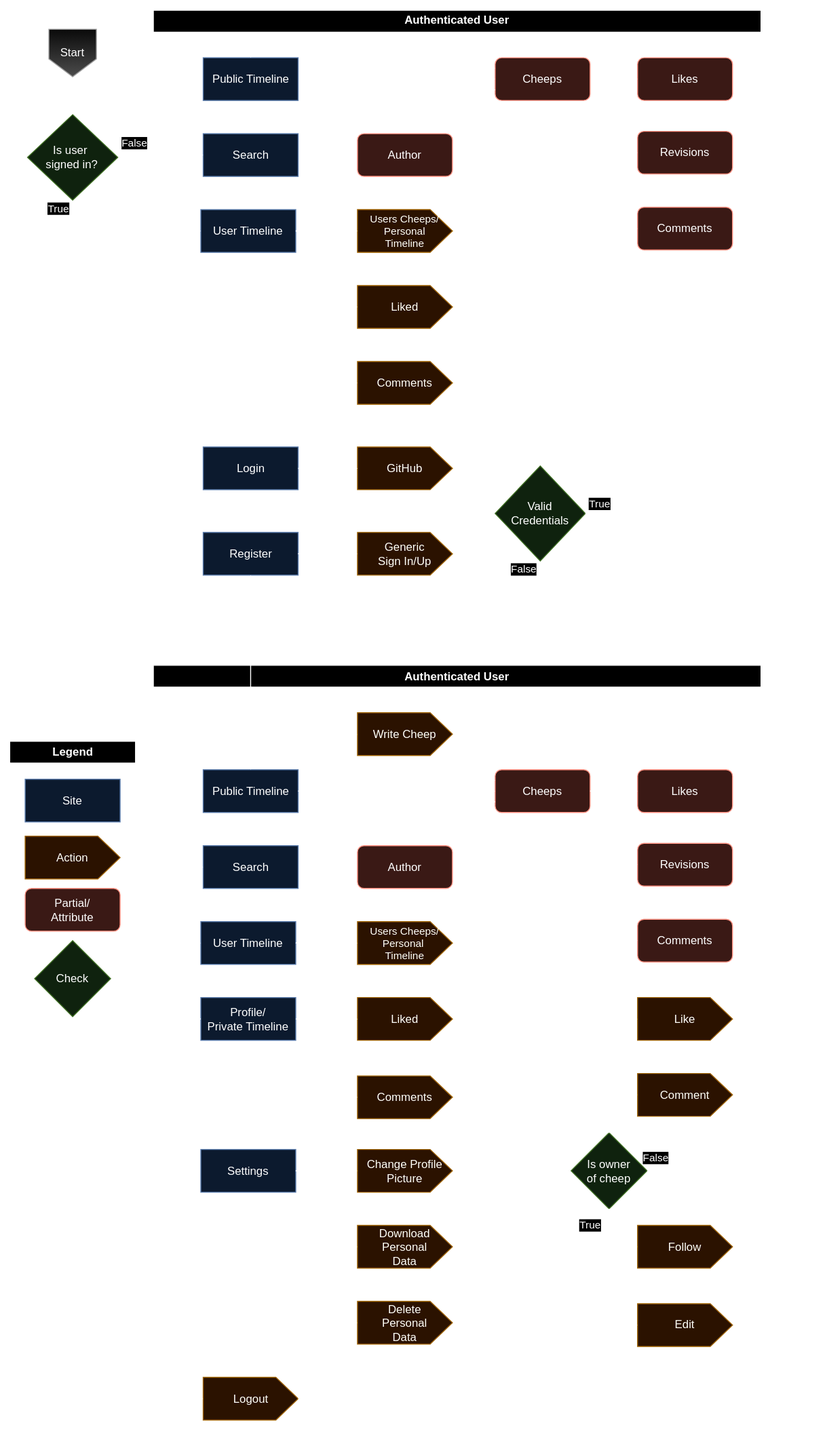
Above: docs/images/UserActivityDiagram.svg in ITU-BDSA2024-GROUP17/Chirp (draw.io), before the change. Source tidied: cells renumbered, new cells last; positions are measured from the earlier drawing's top-left corner, leaving out a move shared by most shapes.
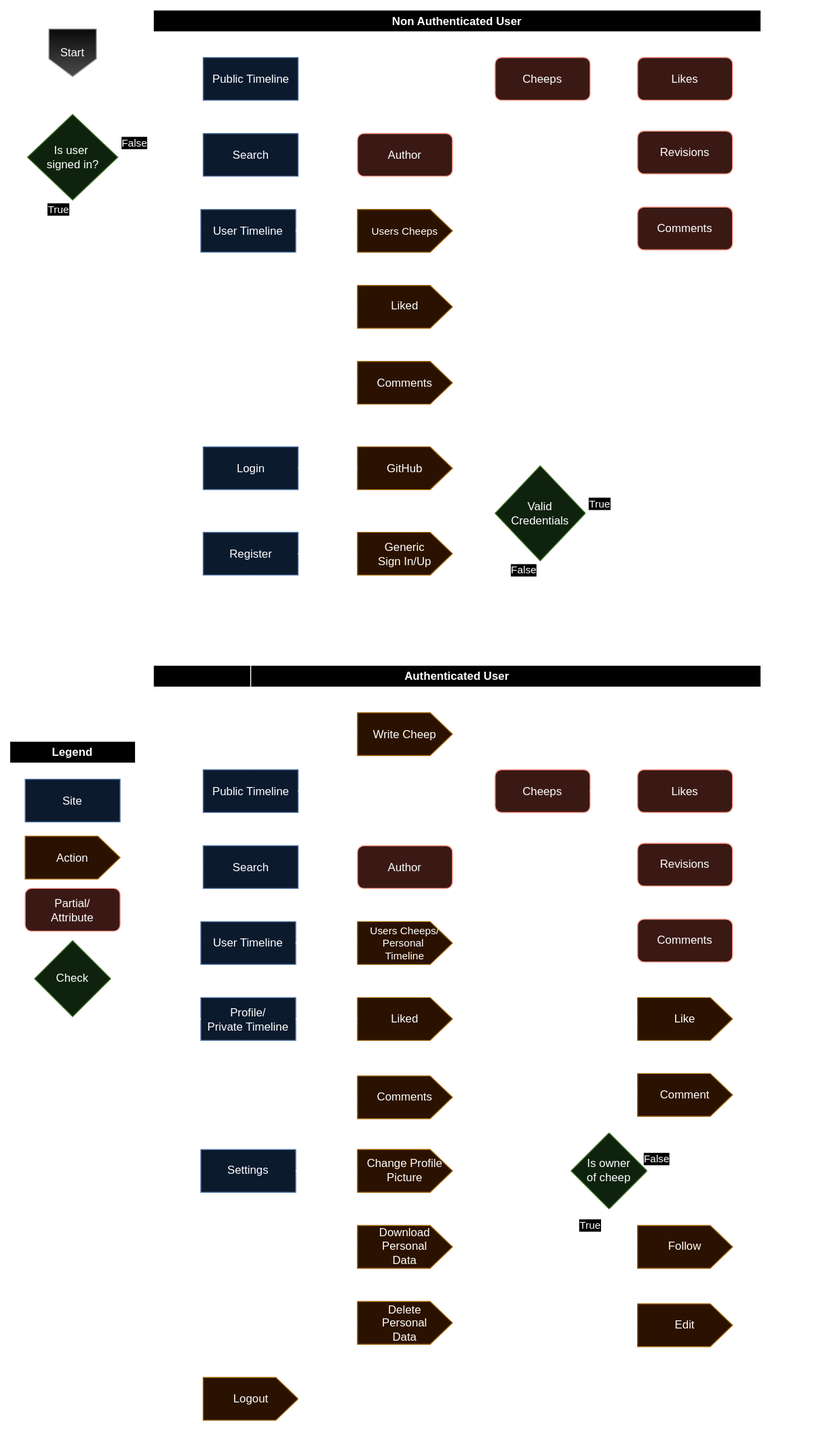
The same diagram one commit later.

Commit message:
updated wrongful diagram

Change to the diagram source:
```diff
@@ -261,7 +261,15 @@
         </Array>
       </mxGeometry>
     </mxCell>
+    <mxCell id="108" style="edgeStyle=orthogonalEdgeStyle;rounded=0;jettySize=auto;html=1;entryX=-0.007;entryY=0.779;entryDx=0;entryDy=0;entryPerimeter=0;" parent="7" edge="1" source="20" target="34">
+      <mxGeometry relative="1" as="geometry">
+        <Array as="points">
+          <mxPoint x="170" y="373" />
+          <mxPoint x="170" y="85" />
+        </Array>
+      </mxGeometry>
+    </mxCell>
-    <mxCell id="60" value="Authenticated User" style="swimlane;whiteSpace=wrap;html=1;" parent="1" vertex="1">
+    <mxCell id="60" value="Non Authenticated User" style="swimlane;whiteSpace=wrap;html=1;" parent="1" vertex="1">
       <mxGeometry x="151" width="640" height="620" as="geometry" />
     </mxCell>
     <mxCell id="61" value="Revisions" style="rounded=1;whiteSpace=wrap;html=1;fillColor=#fad9d5;strokeColor=#ae4132;" parent="60" vertex="1">
@@ -442,7 +450,7 @@
     <mxCell id="96" value="Liked" style="shape=singleArrow;whiteSpace=wrap;html=1;arrowWidth=1;arrowSize=0.23466601562500045;fillColor=#ffe6cc;strokeColor=#d79b00;" parent="60" vertex="1">
       <mxGeometry x="215" y="290" width="100" height="45" as="geometry" />
     </mxCell>
-    <mxCell id="97" value="Users Cheeps/&lt;div&gt;Personal&lt;/div&gt;&lt;div&gt;Timeline&lt;/div&gt;" style="shape=singleArrow;whiteSpace=wrap;html=1;arrowWidth=1;arrowSize=0.23466601562500045;fillColor=#ffe6cc;strokeColor=#d79b00;fontSize=11;" parent="60" vertex="1">
+    <mxCell id="97" value="Users Cheeps" style="shape=singleArrow;whiteSpace=wrap;html=1;arrowWidth=1;arrowSize=0.23466601562500045;fillColor=#ffe6cc;strokeColor=#d79b00;fontSize=11;" parent="60" vertex="1">
       <mxGeometry x="215" y="210" width="100" height="45" as="geometry" />
     </mxCell>
     <mxCell id="98" style="edgeStyle=orthogonalEdgeStyle;rounded=0;jettySize=auto;html=1;entryX=0;entryY=0.5;entryDx=0;entryDy=0;entryPerimeter=0;" parent="60" edge="1" source="69" target="97">
```
